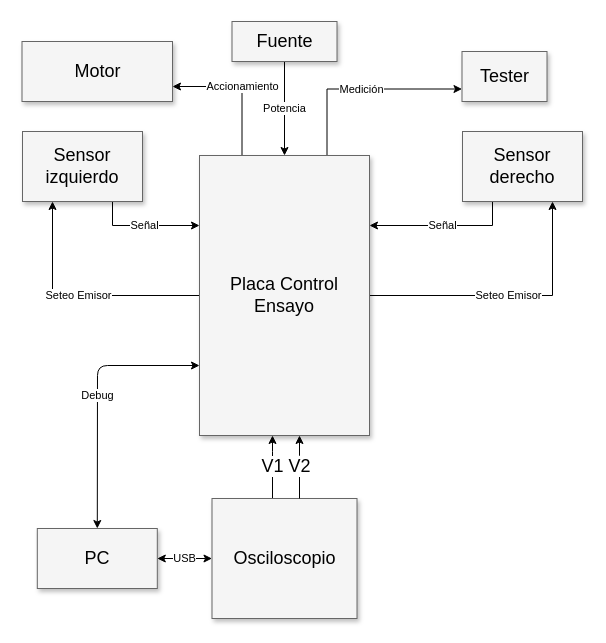
Above: Ensayo_desbalanceo.drawio in gvdiaz/Diagramas_simil_Visio (draw.io), before the change. Source tidied: cells renumbered, new cells numbered last; positions are measured from the earlier drawing's top-left corner, leaving out a move shared by most shapes. Both pictures are drawn from the tidied source at 100%, with x=0, y=0 at pixel (22, 21).
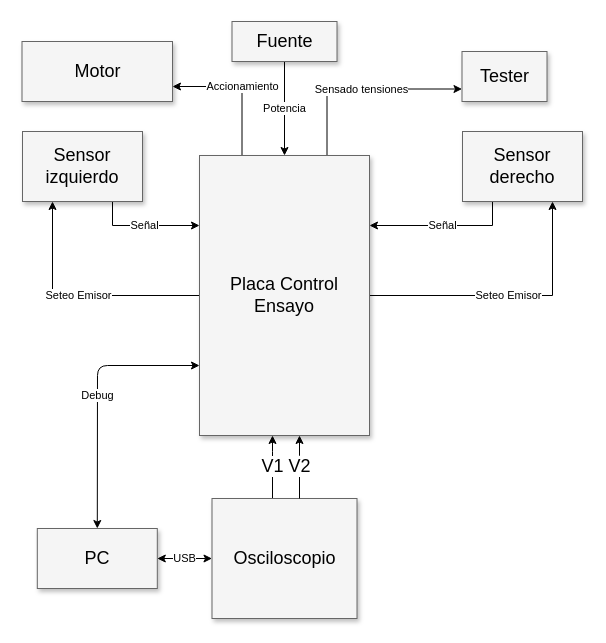
The same diagram, later.

Commit message:
Ahora sí está lista la primer versión

The change refers to these unchanged cells:
```xml
<mxCell id="7" value="Placa Control Ensayo" style="whiteSpace=wrap;html=1;shadow=1;fontSize=18;fillColor=#f5f5f5;strokeColor=#666666;" parent="1" vertex="1">
  <mxGeometry x="177" y="134" width="170" height="280" as="geometry" />
</mxCell>
<mxCell id="16" value="Tester" style="whiteSpace=wrap;html=1;shadow=1;fontSize=18;fillColor=#f5f5f5;strokeColor=#666666;" parent="1" vertex="1">
  <mxGeometry x="439.5" y="30" width="85" height="50" as="geometry" />
</mxCell>
```

Change to the diagram source:
```diff
@@
-    <mxCell id="5" value="Medición" style="edgeStyle=orthogonalEdgeStyle;rounded=0;jettySize=auto;html=1;exitX=0.75;exitY=0;exitDx=0;exitDy=0;entryX=0;entryY=0.75;entryDx=0;entryDy=0;" parent="1" edge="1" source="7" target="16">
+    <mxCell id="5" value="Sensado tensiones" style="edgeStyle=orthogonalEdgeStyle;rounded=0;jettySize=auto;html=1;exitX=0.75;exitY=0;exitDx=0;exitDy=0;entryX=0;entryY=0.75;entryDx=0;entryDy=0;" parent="1" edge="1" source="7" target="16">
       <mxGeometry relative="1" as="geometry" />
     </mxCell>
```
